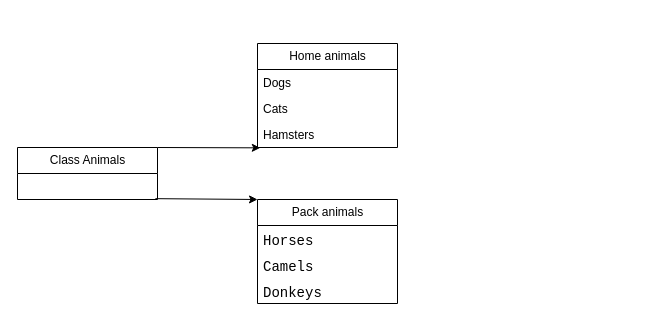
Earlier version of the draw.io diagram Diogram.drawio (Matveyka20/Project). Source tidied: cells renumbered, new cells numbered last; positions are measured from the earlier drawing's top-left corner, leaving out a move shared by most shapes. Both pictures are drawn from the tidied source at 100%, with x=0, y=0 at pixel (17, 43).
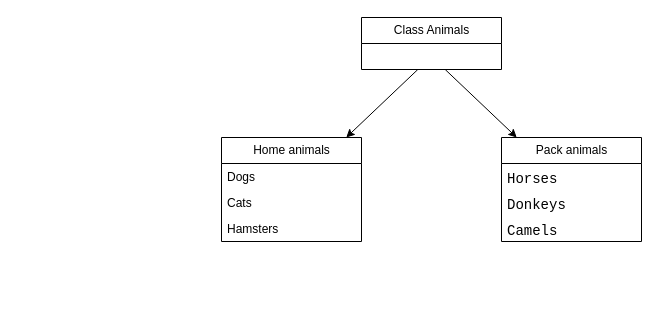
The same page after the edit.

Diff of the diagram source:
```diff
@@
 <mxGraphModel>
   <root>
     <mxCell id="0" />
     <mxCell id="1" parent="0" />
     <mxCell id="2" value="Class Animals" style="swimlane;fontStyle=0;horizontal=1;startSize=26;fillColor=none;html=1;" parent="1" vertex="1">
-      <mxGeometry y="104" width="140" height="52" as="geometry" />
+      <mxGeometry x="344" y="-26" width="140" height="52" as="geometry" />
     </mxCell>
     <mxCell id="3" value="&lt;div&gt;&lt;br&gt;&lt;/div&gt;&lt;div&gt;&lt;br&gt;&lt;/div&gt;" style="text;strokeColor=none;fillColor=none;align=left;verticalAlign=top;spacingLeft=4;spacingRight=4;overflow=hidden;points=[[0,0.5],[1,0.5]];portConstraint=eastwest;whiteSpace=wrap;html=1;" parent="2" vertex="1">
       <mxGeometry y="26" width="140" height="26" as="geometry" />
     </mxCell>
     <mxCell id="4" value="Home animals" style="swimlane;fontStyle=0;horizontal=1;startSize=26;fillColor=none;html=1;" parent="1" vertex="1">
-      <mxGeometry x="240" width="140" height="104" as="geometry" />
+      <mxGeometry x="204" y="94" width="140" height="104" as="geometry" />
     </mxCell>
     <mxCell id="5" value="Dogs" style="text;strokeColor=none;fillColor=none;align=left;verticalAlign=top;spacingLeft=4;spacingRight=4;overflow=hidden;whiteSpace=wrap;html=1;" parent="4" vertex="1">
       <mxGeometry y="26" width="140" height="26" as="geometry" />
     </mxCell>
     <mxCell id="6" value="Cats" style="text;strokeColor=none;fillColor=none;align=left;verticalAlign=top;spacingLeft=4;spacingRight=4;overflow=hidden;whiteSpace=wrap;html=1;" parent="4" vertex="1">
       <mxGeometry y="52" width="140" height="26" as="geometry" />
     </mxCell>
     <mxCell id="7" value="Hamsters&lt;div&gt;&lt;br&gt;&lt;/div&gt;" style="text;strokeColor=none;fillColor=none;align=left;verticalAlign=top;spacingLeft=4;spacingRight=4;overflow=hidden;points=[[0,0.5],[1,0.5]];portConstraint=eastwest;whiteSpace=wrap;html=1;" parent="4" vertex="1">
       <mxGeometry y="78" width="140" height="26" as="geometry" />
     </mxCell>
     <mxCell id="8" value="Pack animals" style="swimlane;fontStyle=0;horizontal=1;startSize=26;fillColor=none;html=1;" parent="1" vertex="1">
-      <mxGeometry x="240" y="156" width="140" height="104" as="geometry" />
+      <mxGeometry x="484" y="94" width="140" height="104" as="geometry" />
     </mxCell>
     <mxCell id="9" value="&lt;div style=&quot;font-family: Consolas, &amp;quot;Courier New&amp;quot;, monospace; font-size: 14px; line-height: 19px; white-space: pre;&quot;&gt;Horses&lt;/div&gt;" style="text;strokeColor=none;fillColor=none;align=left;verticalAlign=top;spacingLeft=4;spacingRight=4;overflow=hidden;whiteSpace=wrap;html=1;" parent="8" vertex="1">
       <mxGeometry y="26" width="140" height="26" as="geometry" />
     </mxCell>
-    <mxCell id="10" value="&lt;div style=&quot;font-family: Consolas, &amp;quot;Courier New&amp;quot;, monospace; font-size: 14px; line-height: 19px; white-space: pre;&quot;&gt;Camels&lt;/div&gt;" style="text;strokeColor=none;fillColor=none;align=left;verticalAlign=top;spacingLeft=4;spacingRight=4;overflow=hidden;whiteSpace=wrap;html=1;" parent="8" vertex="1">
+    <mxCell id="10" value="&lt;div style=&quot;font-family: Consolas, &amp;quot;Courier New&amp;quot;, monospace; font-size: 14px; line-height: 19px; white-space: pre;&quot;&gt;Donkeys&lt;/div&gt;" style="text;strokeColor=none;fillColor=none;align=left;verticalAlign=top;spacingLeft=4;spacingRight=4;overflow=hidden;whiteSpace=wrap;html=1;" parent="8" vertex="1">
       <mxGeometry y="52" width="140" height="26" as="geometry" />
     </mxCell>
-    <mxCell id="11" value="&lt;div style=&quot;font-family: Consolas, &amp;quot;Courier New&amp;quot;, monospace; font-size: 14px; line-height: 19px; white-space: pre;&quot;&gt;Donkeys&lt;/div&gt;" style="text;strokeColor=none;fillColor=none;align=left;verticalAlign=top;spacingLeft=4;spacingRight=4;overflow=hidden;whiteSpace=wrap;html=1;" parent="8" vertex="1">
+    <mxCell id="11" value="&lt;div style=&quot;font-family: Consolas, &amp;quot;Courier New&amp;quot;, monospace; font-size: 14px; line-height: 19px; white-space: pre;&quot;&gt;&lt;div style=&quot;line-height: 19px;&quot;&gt;Camels&lt;/div&gt;&lt;/div&gt;" style="text;strokeColor=none;fillColor=none;align=left;verticalAlign=top;spacingLeft=4;spacingRight=4;overflow=hidden;whiteSpace=wrap;html=1;" parent="8" vertex="1">
       <mxGeometry y="78" width="140" height="26" as="geometry" />
     </mxCell>
-    <mxCell id="12" style="endArrow=classic;html=1;rounded=0;exitX=1;exitY=0;exitDx=0;exitDy=0;entryX=0.02;entryY=1.013;entryDx=0;entryDy=0;entryPerimeter=0;" parent="1" edge="1" source="2" target="7">
+    <mxCell id="12" style="endArrow=classic;html=1;rounded=0;" parent="1" edge="1" source="3" target="4">
       <mxGeometry relative="1" as="geometry" />
     </mxCell>
-    <mxCell id="13" style="endArrow=classic;html=1;rounded=0;exitX=0.985;exitY=0.968;exitDx=0;exitDy=0;exitPerimeter=0;entryX=0;entryY=0;entryDx=0;entryDy=0;" parent="1" edge="1" source="3" target="8">
+    <mxCell id="13" style="endArrow=classic;html=1;rounded=0;" parent="1" edge="1" source="3" target="8">
       <mxGeometry relative="1" as="geometry" />
     </mxCell>
   </root>
 </mxGraphModel>
```
